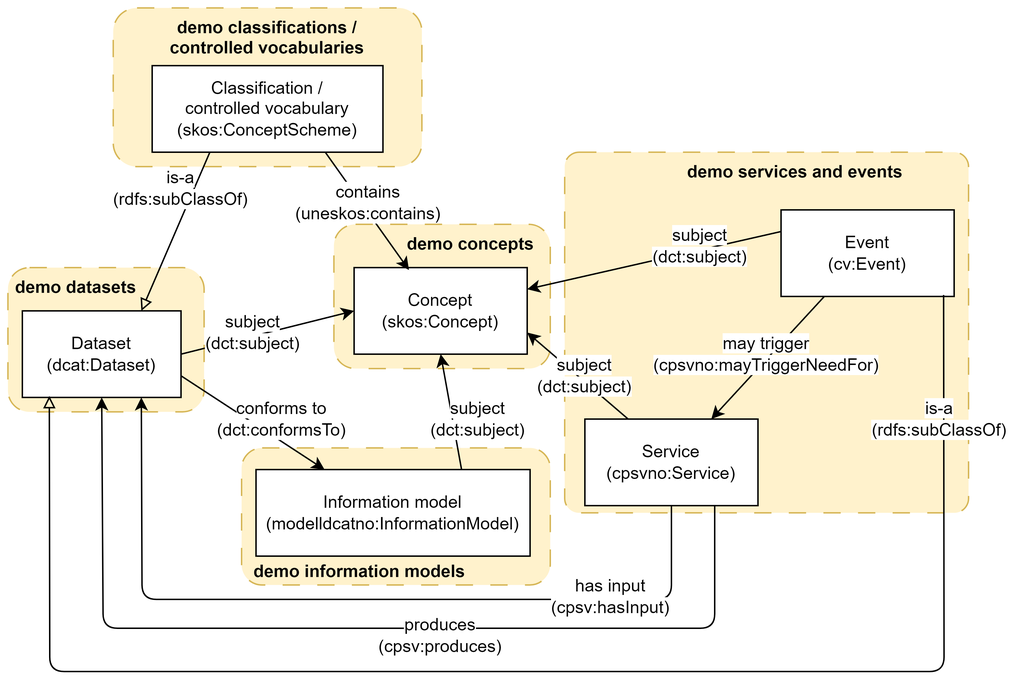
Above: docs/images/crossreferencing-between-showrooms.png in jimjyang/showroom (draw.io), before the change. Source tidied: cells renumbered, new cells last; positions are measured from the earlier drawing's top-left corner, leaving out a move shared by most shapes.
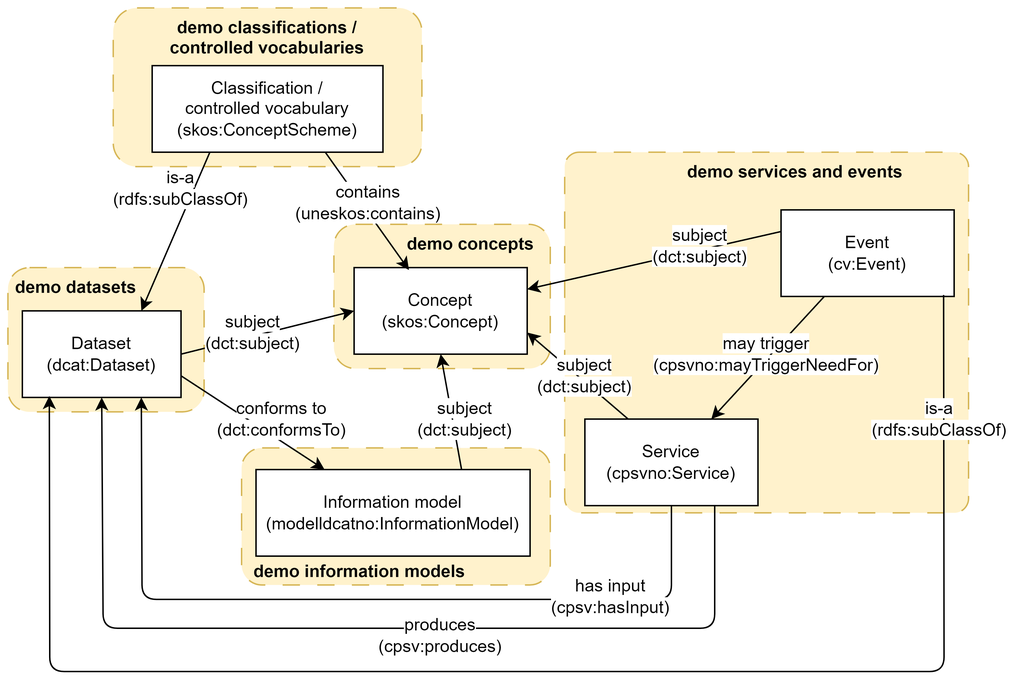
After the commit.

Commit message:
cross-ref figur

What changed in the source:
```diff
@@ -32,7 +32,7 @@
     <mxCell id="11" value="Dataset&lt;br&gt;(dcat:Dataset)" style="rounded=0;whiteSpace=wrap;html=1;" parent="1" vertex="1">
       <mxGeometry x="10" y="210" width="110" height="60" as="geometry" />
     </mxCell>
-    <mxCell id="12" style="endArrow=block;html=1;rounded=0;entryX=0.75;entryY=0;entryDx=0;entryDy=0;endFill=0;exitX=0.25;exitY=1;exitDx=0;exitDy=0;" parent="1" edge="1" source="7" target="11">
+    <mxCell id="12" style="endArrow=classic;html=1;rounded=0;entryX=0.75;entryY=0;entryDx=0;entryDy=0;endFill=1;exitX=0.25;exitY=1;exitDx=0;exitDy=0;" parent="1" edge="1" source="7" target="11">
       <mxGeometry relative="1" as="geometry" />
     </mxCell>
     <mxCell id="13" value="Information model&lt;br&gt;(modelldcatno:InformationModel)" style="rounded=0;whiteSpace=wrap;html=1;" parent="1" vertex="1">
@@ -57,7 +57,7 @@
       <mxGeometry relative="1" as="geometry" />
     </mxCell>
     <mxCell id="20" value="&lt;span style=&quot;background-color: rgb(255, 255, 255);&quot;&gt;subject&lt;br&gt;(dct:subject)&lt;/span&gt;" style="text;html=1;strokeColor=none;fillColor=none;align=center;verticalAlign=middle;whiteSpace=wrap;rounded=0;labelBackgroundColor=none;" parent="1" vertex="1">
-      <mxGeometry x="296" y="270" width="60" height="30" as="geometry" />
+      <mxGeometry x="287" y="270" width="60" height="30" as="geometry" />
     </mxCell>
     <mxCell id="21" value="Service&lt;br&gt;(cpsvno:Service)" style="rounded=0;whiteSpace=wrap;html=1;" parent="1" vertex="1">
       <mxGeometry x="400" y="285" width="120" height="60" as="geometry" />
@@ -105,7 +105,7 @@
     <mxCell id="32" value="&lt;span style=&quot;background-color: rgb(255, 255, 255);&quot;&gt;produces&lt;br&gt;(cpsv:produces)&lt;/span&gt;" style="text;html=1;strokeColor=none;fillColor=none;align=center;verticalAlign=middle;whiteSpace=wrap;rounded=0;labelBackgroundColor=none;" parent="1" vertex="1">
       <mxGeometry x="270" y="420" width="60" height="30" as="geometry" />
     </mxCell>
-    <mxCell id="33" style="endArrow=block;html=1;rounded=1;entryX=0.17;entryY=0.983;entryDx=0;entryDy=0;exitX=0.939;exitY=0.983;exitDx=0;exitDy=0;exitPerimeter=0;entryPerimeter=0;endFill=0;" parent="1" edge="1" source="22" target="11">
+    <mxCell id="33" style="endArrow=classic;html=1;rounded=1;entryX=0.17;entryY=0.983;entryDx=0;entryDy=0;exitX=0.939;exitY=0.983;exitDx=0;exitDy=0;exitPerimeter=0;entryPerimeter=0;endFill=1;" parent="1" edge="1" source="22" target="11">
       <mxGeometry relative="1" as="geometry">
         <Array as="points">
           <mxPoint x="649" y="460" />
```
